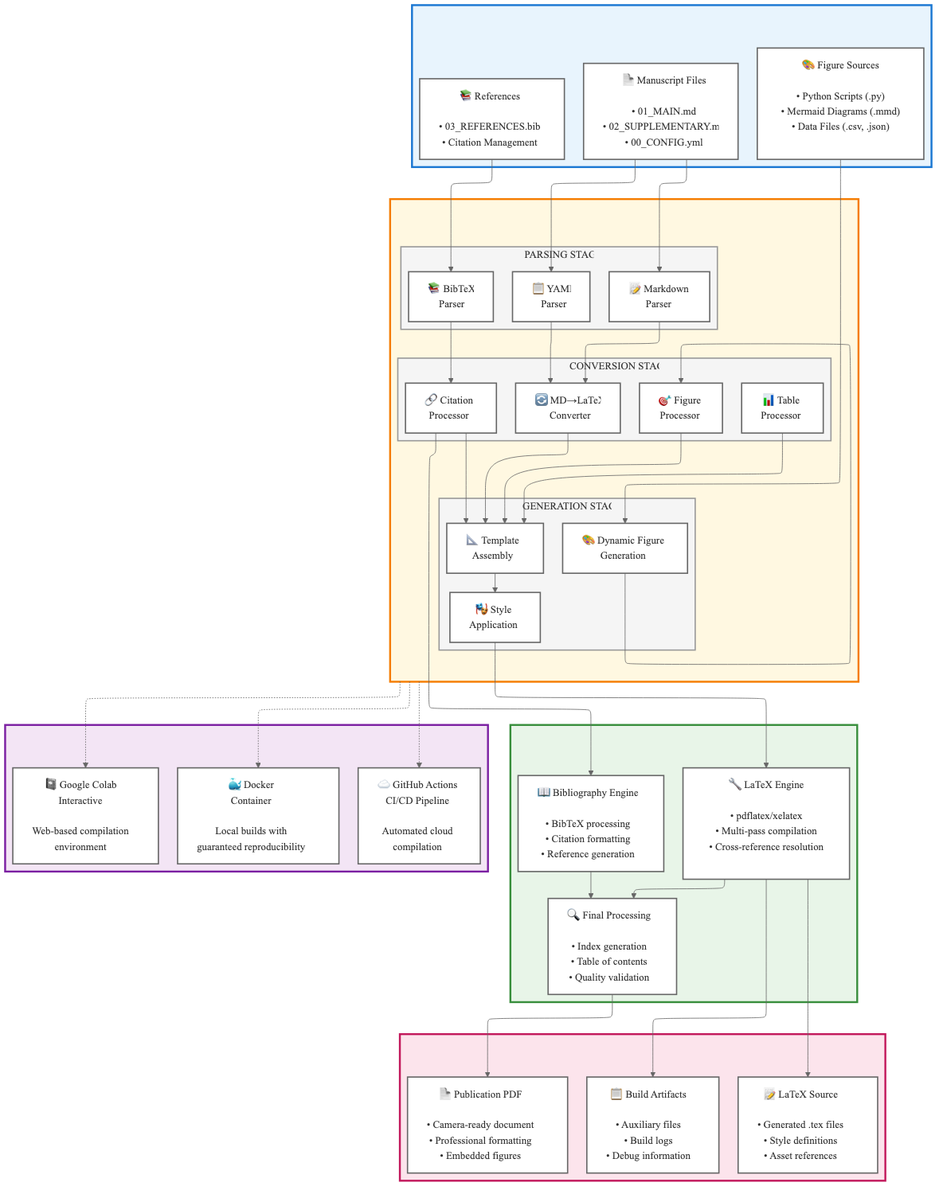
Before: EXAMPLE_MANUSCRIPT/FIGURES/SFigure_1/SFigure_1.png, a diagram exported from Mermaid (paxcalpt/rxiv-maker). Its source is kept beside it as EXAMPLE_MANUSCRIPT/FIGURES/SFigure_1.mmd.
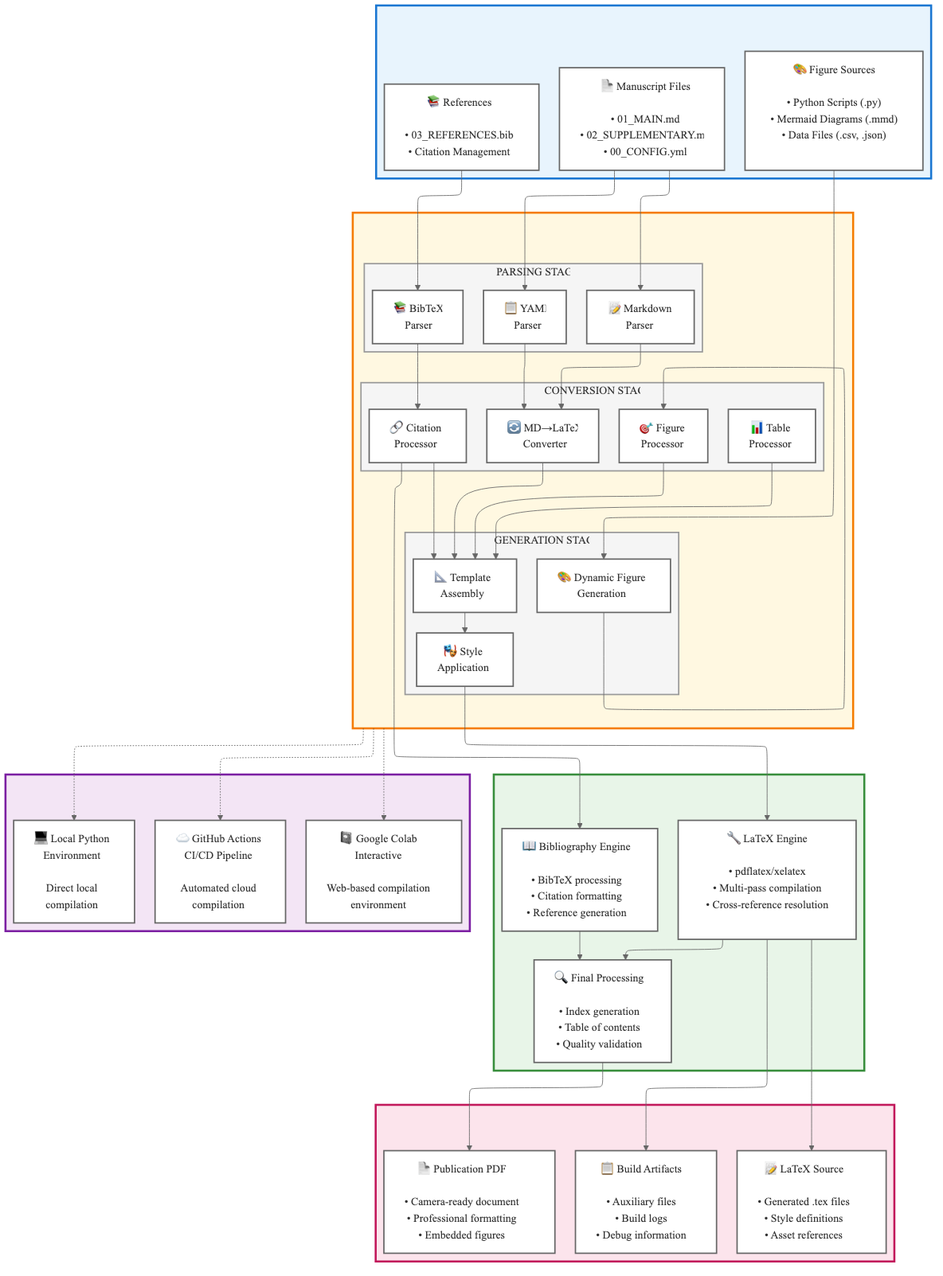
After the change.

Change to the diagram source:
```diff
@@ -57,9 +57,9 @@
   end
  subgraph E[" "]
     direction LR
-        E1["🐳 Docker<br>Container<br><br>Local builds with<br>guaranteed reproducibility"]
-        E2["☁️ GitHub Actions<br>CI/CD Pipeline<br><br>Automated cloud<br>compilation"]
-        E3["📓 Google Colab<br>Interactive<br><br>Web-based compilation<br>environment"]
+        E1["☁️ GitHub Actions<br>CI/CD Pipeline<br><br>Automated cloud<br>compilation"]
+        E2["📓 Google Colab<br>Interactive<br><br>Web-based compilation<br>environment"]
+        E3["💻 Local Python<br>Environment<br><br>Direct local<br>compilation"]
   end
     A1 --> B1A & B1B
     A2 --> B1C
```
